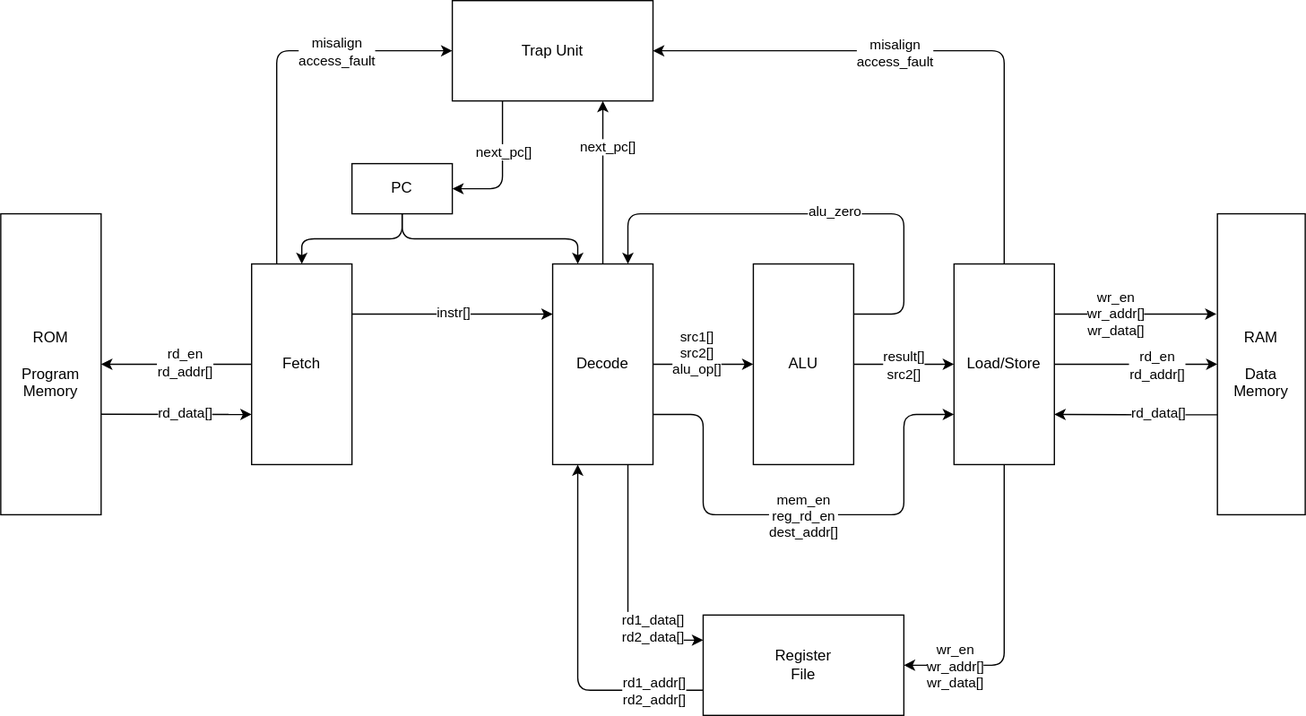
Before: docs/figures/BlockDiagram.drawio.svg, a diagram exported from draw.io (dhad4g/Lexington). Source tidied: cells renumbered, new cells last; positions are measured from the earlier drawing's top-left corner, leaving out a move shared by most shapes.
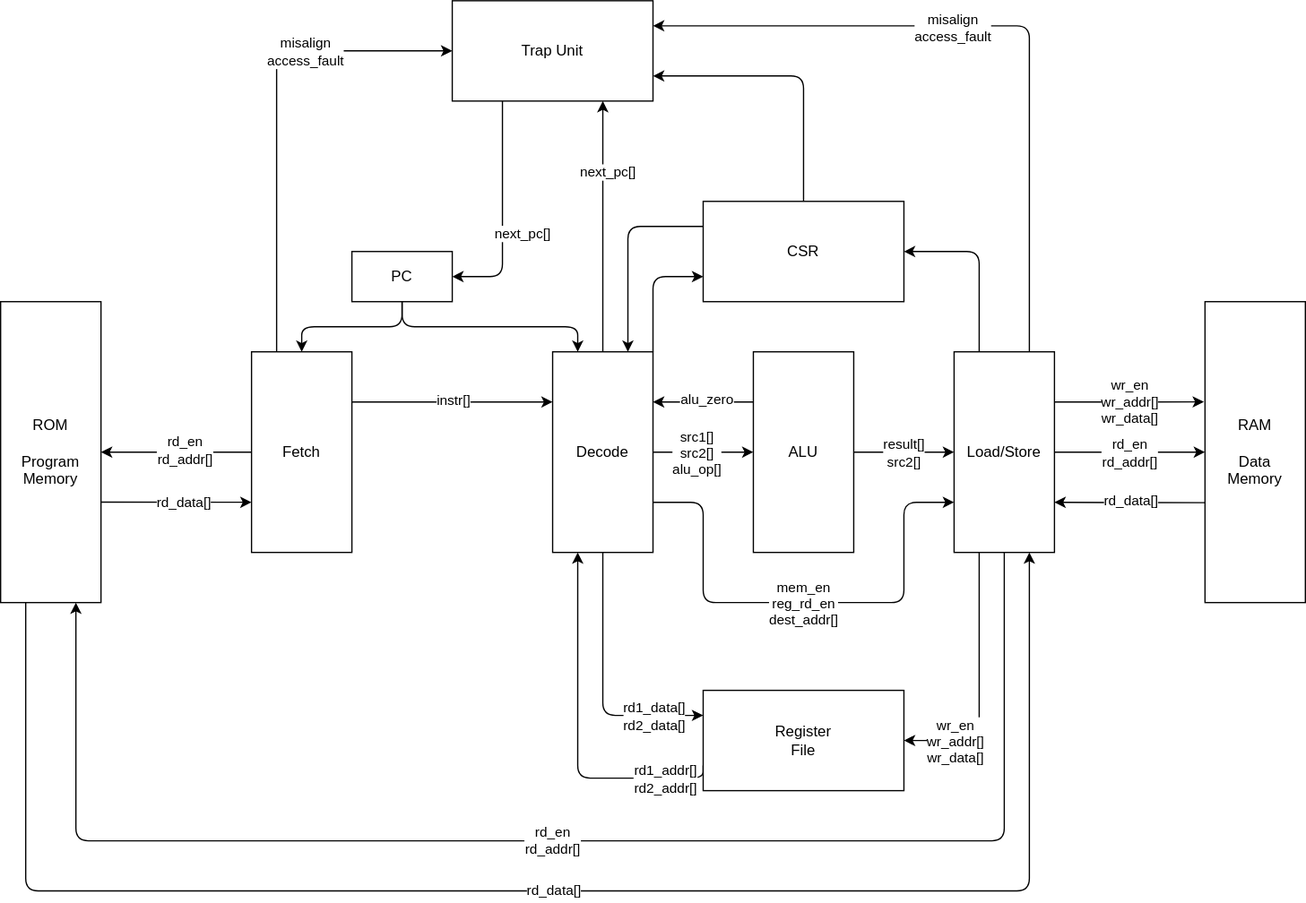
Above is the later version.

Change to the diagram source:
```diff
@@ -43,10 +43,10 @@
     <mxCell id="12" value="next_pc[]" style="edgeLabel;html=1;align=center;verticalAlign=middle;" parent="11" vertex="1">
       <mxGeometry x="0.44" y="-3" relative="1" as="geometry" />
     </mxCell>
-    <mxCell id="13" style="edgeStyle=orthogonalEdgeStyle;html=1;exitX=0.75;exitY=1;exitDx=0;exitDy=0;entryX=0;entryY=0.25;entryDx=0;entryDy=0;" parent="1" edge="1" source="18" target="35">
+    <mxCell id="13" style="edgeStyle=orthogonalEdgeStyle;html=1;exitX=0.5;exitY=1;exitDx=0;exitDy=0;entryX=0;entryY=0.25;entryDx=0;entryDy=0;" parent="1" edge="1" source="18" target="35">
       <mxGeometry relative="1" as="geometry">
         <Array as="points">
-          <mxPoint x="500" y="510" />
+          <mxPoint x="480" y="500" />
         </Array>
       </mxGeometry>
     </mxCell>
@@ -70,9 +70,12 @@
     </mxCell>
     <mxCell id="17" value="src1[]&lt;br&gt;src2[]&lt;br&gt;alu_op[]" style="edgeLabel;html=1;align=center;verticalAlign=middle;" parent="16" vertex="1">
       <mxGeometry x="0.29" y="-2" relative="1" as="geometry">
-        <mxPoint x="-17" y="-12" as="offset" />
+        <mxPoint x="-17" y="-2" as="offset" />
       </mxGeometry>
     </mxCell>
+    <mxCell id="47" style="edgeStyle=orthogonalEdgeStyle;html=1;exitX=1;exitY=0;exitDx=0;exitDy=0;entryX=0;entryY=0.75;entryDx=0;entryDy=0;" parent="1" edge="1" source="18" target="55">
+      <mxGeometry relative="1" as="geometry" />
+    </mxCell>
     <mxCell id="18" value="Decode" style="rounded=0;whiteSpace=wrap;html=1;" parent="1" vertex="1">
       <mxGeometry x="440" y="210" width="80" height="160" as="geometry" />
     </mxCell>
@@ -81,7 +84,7 @@
     </mxCell>
     <mxCell id="20" value="wr_en&lt;br&gt;wr_addr[]&lt;br&gt;wr_data[]" style="edgeLabel;html=1;align=center;verticalAlign=middle;" parent="19" vertex="1">
       <mxGeometry x="-0.27" y="1" relative="1" as="geometry">
-        <mxPoint x="1" as="offset" />
+        <mxPoint x="16" as="offset" />
       </mxGeometry>
     </mxCell>
     <mxCell id="21" style="edgeStyle=orthogonalEdgeStyle;html=1;exitX=0.009;exitY=0.668;exitDx=0;exitDy=0;entryX=1;entryY=0.75;entryDx=0;entryDy=0;exitPerimeter=0;" parent="1" edge="1" source="30" target="29">
@@ -89,15 +92,15 @@
     </mxCell>
     <mxCell id="22" value="rd_data[]" style="edgeLabel;html=1;align=center;verticalAlign=middle;" parent="21" vertex="1">
       <mxGeometry x="-0.28" y="-2" relative="1" as="geometry">
-        <mxPoint x="-1" as="offset" />
+        <mxPoint x="-17" as="offset" />
       </mxGeometry>
     </mxCell>
-    <mxCell id="23" style="edgeStyle=orthogonalEdgeStyle;html=1;exitX=0.5;exitY=1;exitDx=0;exitDy=0;entryX=1;entryY=0.5;entryDx=0;entryDy=0;" parent="1" edge="1" source="29" target="35">
+    <mxCell id="23" style="edgeStyle=orthogonalEdgeStyle;html=1;exitX=0.25;exitY=1;exitDx=0;exitDy=0;entryX=1;entryY=0.5;entryDx=0;entryDy=0;" parent="1" edge="1" source="29" target="35">
       <mxGeometry relative="1" as="geometry" />
     </mxCell>
     <mxCell id="24" value="wr_en&lt;br&gt;wr_addr[]&lt;br&gt;wr_data[]" style="edgeLabel;html=1;align=center;verticalAlign=middle;" parent="23" vertex="1">
       <mxGeometry x="0.48" y="4" relative="1" as="geometry">
-        <mxPoint x="-23" y="-4" as="offset" />
+        <mxPoint x="-15" y="-4" as="offset" />
       </mxGeometry>
     </mxCell>
     <mxCell id="25" style="edgeStyle=orthogonalEdgeStyle;html=1;exitX=1;exitY=0.5;exitDx=0;exitDy=0;entryX=0;entryY=0.5;entryDx=0;entryDy=0;" parent="1" edge="1" source="29" target="30">
@@ -105,21 +108,50 @@
     </mxCell>
     <mxCell id="26" value="rd_en&lt;br&gt;rd_addr[]" style="edgeLabel;html=1;align=center;verticalAlign=middle;" parent="25" vertex="1">
       <mxGeometry x="-0.19" y="4" relative="1" as="geometry">
-        <mxPoint x="28" y="4" as="offset" />
+        <mxPoint x="11" y="4" as="offset" />
       </mxGeometry>
     </mxCell>
-    <mxCell id="27" style="edgeStyle=orthogonalEdgeStyle;html=1;exitX=0.5;exitY=0;exitDx=0;exitDy=0;entryX=1;entryY=0.5;entryDx=0;entryDy=0;" parent="1" edge="1" source="29" target="46">
+    <mxCell id="27" style="edgeStyle=orthogonalEdgeStyle;html=1;exitX=0.75;exitY=0;exitDx=0;exitDy=0;entryX=1;entryY=0.25;entryDx=0;entryDy=0;" parent="1" edge="1" source="29" target="46">
       <mxGeometry relative="1" as="geometry" />
     </mxCell>
     <mxCell id="28" value="misalign&lt;br style=&quot;border-color: var(--border-color);&quot;&gt;access_fault" style="edgeLabel;html=1;align=center;verticalAlign=middle;" parent="27" vertex="1">
       <mxGeometry x="0.15" y="1" relative="1" as="geometry" />
     </mxCell>
+    <mxCell id="48" style="edgeStyle=orthogonalEdgeStyle;html=1;exitX=0.5;exitY=1;exitDx=0;exitDy=0;entryX=0.75;entryY=1;entryDx=0;entryDy=0;" parent="1" edge="1" source="29" target="31">
+      <mxGeometry relative="1" as="geometry">
+        <Array as="points">
+          <mxPoint x="800" y="600" />
+          <mxPoint x="60" y="600" />
+        </Array>
+      </mxGeometry>
+    </mxCell>
+    <mxCell id="49" value="rd_en&lt;br&gt;rd_addr[]" style="edgeLabel;html=1;align=center;verticalAlign=middle;" parent="48" vertex="1">
+      <mxGeometry x="-0.07" y="-1" relative="1" as="geometry">
+        <mxPoint x="-49" as="offset" />
+      </mxGeometry>
+    </mxCell>
+    <mxCell id="50" style="edgeStyle=orthogonalEdgeStyle;html=1;exitX=0.25;exitY=0;exitDx=0;exitDy=0;entryX=1;entryY=0.5;entryDx=0;entryDy=0;" parent="1" edge="1" source="29" target="55">
+      <mxGeometry relative="1" as="geometry" />
+    </mxCell>
     <mxCell id="29" value="Load/Store" style="rounded=0;whiteSpace=wrap;html=1;" parent="1" vertex="1">
       <mxGeometry x="760" y="210" width="80" height="160" as="geometry" />
     </mxCell>
     <mxCell id="30" value="RAM&lt;br&gt;&lt;br&gt;Data&lt;br&gt;Memory" style="rounded=0;whiteSpace=wrap;html=1;" parent="1" vertex="1">
-      <mxGeometry x="970" y="170" width="70" height="240" as="geometry" />
+      <mxGeometry x="960" y="170" width="80" height="240" as="geometry" />
     </mxCell>
+    <mxCell id="51" style="edgeStyle=orthogonalEdgeStyle;html=1;exitX=0.25;exitY=1;exitDx=0;exitDy=0;entryX=0.75;entryY=1;entryDx=0;entryDy=0;" parent="1" edge="1" source="31" target="29">
+      <mxGeometry relative="1" as="geometry">
+        <Array as="points">
+          <mxPoint x="20" y="640" />
+          <mxPoint x="820" y="640" />
+        </Array>
+      </mxGeometry>
+    </mxCell>
+    <mxCell id="52" value="rd_data[]" style="edgeLabel;html=1;align=center;verticalAlign=middle;" parent="51" vertex="1">
+      <mxGeometry x="-0.21" y="1" relative="1" as="geometry">
+        <mxPoint x="135" as="offset" />
+      </mxGeometry>
+    </mxCell>
     <mxCell id="31" value="ROM&lt;br&gt;&lt;br&gt;Program&lt;br&gt;Memory" style="rounded=0;whiteSpace=wrap;html=1;" parent="1" vertex="1">
       <mxGeometry y="170" width="80" height="240" as="geometry" />
     </mxCell>
@@ -132,7 +164,7 @@
     </mxCell>
     <mxCell id="33" value="rd1_data[]&lt;br&gt;rd2_data[]" style="edgeLabel;html=1;align=center;verticalAlign=middle;" parent="32" vertex="1">
       <mxGeometry x="-0.8" relative="1" as="geometry">
-        <mxPoint x="-12" y="-50" as="offset" />
+        <mxPoint x="-20" y="-50" as="offset" />
       </mxGeometry>
     </mxCell>
     <mxCell id="34" value="rd1_addr[]&lt;br&gt;rd2_addr[]" style="edgeLabel;html=1;align=center;verticalAlign=middle;" parent="32" vertex="1">
@@ -141,7 +173,7 @@
       </mxGeometry>
     </mxCell>
     <mxCell id="35" value="Register&lt;br&gt;File" style="rounded=0;whiteSpace=wrap;html=1;" parent="1" vertex="1">
-      <mxGeometry x="560" y="490" width="160" height="80" as="geometry" />
+      <mxGeometry x="560" y="480" width="160" height="80" as="geometry" />
     </mxCell>
     <mxCell id="36" style="edgeStyle=orthogonalEdgeStyle;html=1;exitX=0.5;exitY=1;exitDx=0;exitDy=0;entryX=0.5;entryY=0;entryDx=0;entryDy=0;" parent="1" edge="1" source="38" target="10">
       <mxGeometry relative="1" as="geometry" />
@@ -152,14 +184,8 @@
     <mxCell id="38" value="PC" style="rounded=0;whiteSpace=wrap;html=1;" parent="1" vertex="1">
       <mxGeometry x="280" y="130" width="80" height="40" as="geometry" />
     </mxCell>
-    <mxCell id="39" style="edgeStyle=orthogonalEdgeStyle;html=1;exitX=1;exitY=0.25;exitDx=0;exitDy=0;entryX=0.75;entryY=0;entryDx=0;entryDy=0;" parent="1" edge="1" source="43" target="18">
-      <mxGeometry relative="1" as="geometry">
-        <Array as="points">
-          <mxPoint x="720" y="250" />
-          <mxPoint x="720" y="170" />
-          <mxPoint x="500" y="170" />
-        </Array>
-      </mxGeometry>
+    <mxCell id="39" style="html=1;exitX=0;exitY=0.25;exitDx=0;exitDy=0;entryX=1;entryY=0.25;entryDx=0;entryDy=0;" parent="1" edge="1" source="43" target="18">
+      <mxGeometry relative="1" as="geometry" />
     </mxCell>
     <mxCell id="40" value="alu_zero" style="edgeLabel;html=1;align=center;verticalAlign=middle;" parent="39" vertex="1">
       <mxGeometry x="-0.07" y="-3" relative="1" as="geometry" />
@@ -184,7 +210,16 @@
       </mxGeometry>
     </mxCell>
     <mxCell id="46" value="Trap Unit" style="rounded=0;whiteSpace=wrap;html=1;" parent="1" vertex="1">
-      <mxGeometry x="360" width="160" height="80" as="geometry" />
+      <mxGeometry x="360" y="-70" width="160" height="80" as="geometry" />
     </mxCell>
+    <mxCell id="53" style="edgeStyle=orthogonalEdgeStyle;html=1;exitX=0;exitY=0.25;exitDx=0;exitDy=0;entryX=0.75;entryY=0;entryDx=0;entryDy=0;" parent="1" edge="1" source="55" target="18">
+      <mxGeometry relative="1" as="geometry" />
+    </mxCell>
+    <mxCell id="54" style="edgeStyle=orthogonalEdgeStyle;html=1;exitX=0.5;exitY=0;exitDx=0;exitDy=0;entryX=1;entryY=0.75;entryDx=0;entryDy=0;" parent="1" edge="1" source="55" target="46">
+      <mxGeometry relative="1" as="geometry" />
+    </mxCell>
+    <mxCell id="55" value="CSR" style="rounded=0;whiteSpace=wrap;html=1;" parent="1" vertex="1">
+      <mxGeometry x="560" y="90" width="160" height="80" as="geometry" />
+    </mxCell>
   </root>
 </mxGraphModel>
```
